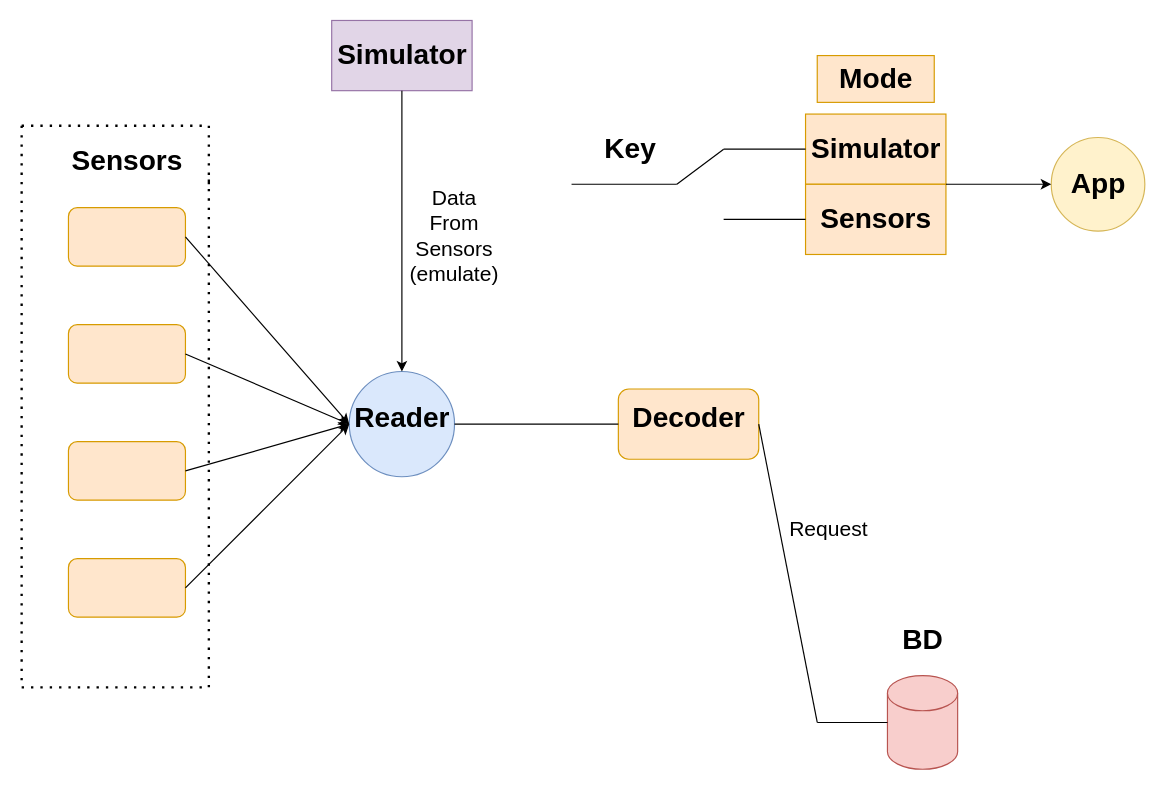
Above: TelemetryCar/TelemetryCar.drawio in stalkeronag/CollectorTelemetryCar (draw.io), before the change. Source tidied: cells renumbered, new cells numbered last; positions are measured from the earlier drawing's top-left corner, leaving out a move shared by most shapes. Both pictures are drawn from the tidied source at 117%, with x=0, y=0 at pixel (21, 20).
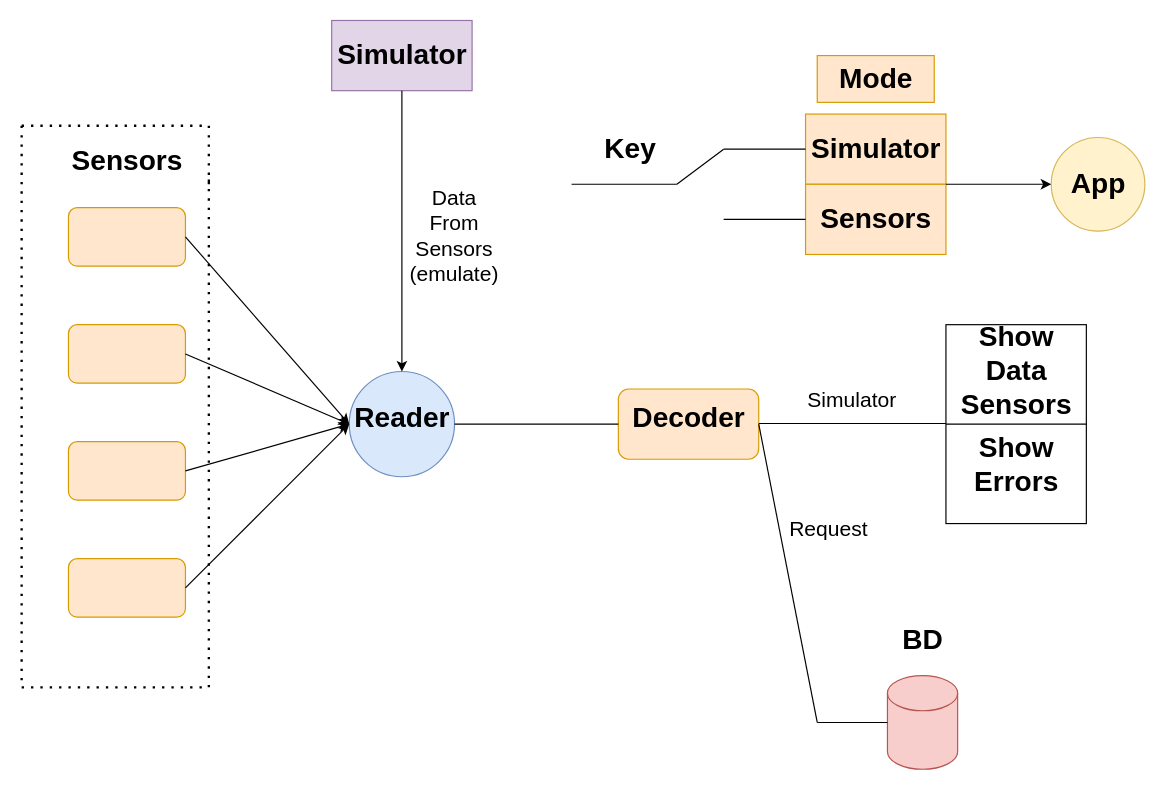
Above is the later version.

Change to the diagram source:
```diff
@@
+    <mxCell id="43" style="endArrow=none;html=1;rounded=0;" parent="1" edge="1">
+      <mxGeometry relative="1" as="geometry">
+        <mxPoint x="800" y="344.5" as="sourcePoint" />
+        <mxPoint x="630" y="344.5" as="targetPoint" />
+      </mxGeometry>
+    </mxCell>
+    <mxCell id="44" style="rounded=0;whiteSpace=wrap;html=1;" parent="1" vertex="1">
+      <mxGeometry x="790" y="260" width="120" height="170" as="geometry" />
+    </mxCell>
+    <mxCell id="45" value="Show&lt;br&gt;Data&lt;br&gt;Sensors" style="text;strokeColor=none;fillColor=none;html=1;fontSize=24;fontStyle=1;verticalAlign=middle;align=center;" parent="1" vertex="1">
+      <mxGeometry x="800" y="280" width="100" height="40" as="geometry" />
+    </mxCell>
+    <mxCell id="46" style="endArrow=none;html=1;rounded=0;exitX=0;exitY=0.5;exitDx=0;exitDy=0;entryX=1;entryY=0.5;entryDx=0;entryDy=0;" parent="1" edge="1" source="44" target="44">
+      <mxGeometry relative="1" as="geometry" />
+    </mxCell>
+    <mxCell id="47" value="Show &lt;br&gt;Errors" style="text;strokeColor=none;fillColor=none;html=1;fontSize=24;fontStyle=1;verticalAlign=middle;align=center;" parent="1" vertex="1">
+      <mxGeometry x="800" y="360" width="100" height="40" as="geometry" />
+    </mxCell>
+    <mxCell id="48" value="&lt;font style=&quot;font-size: 18px;&quot;&gt;Simulator&lt;/font&gt;" style="text;html=1;strokeColor=none;fillColor=none;align=center;verticalAlign=middle;whiteSpace=wrap;rounded=0;" parent="1" vertex="1">
+      <mxGeometry x="680" y="310" width="60" height="30" as="geometry" />
+    </mxCell>
```
